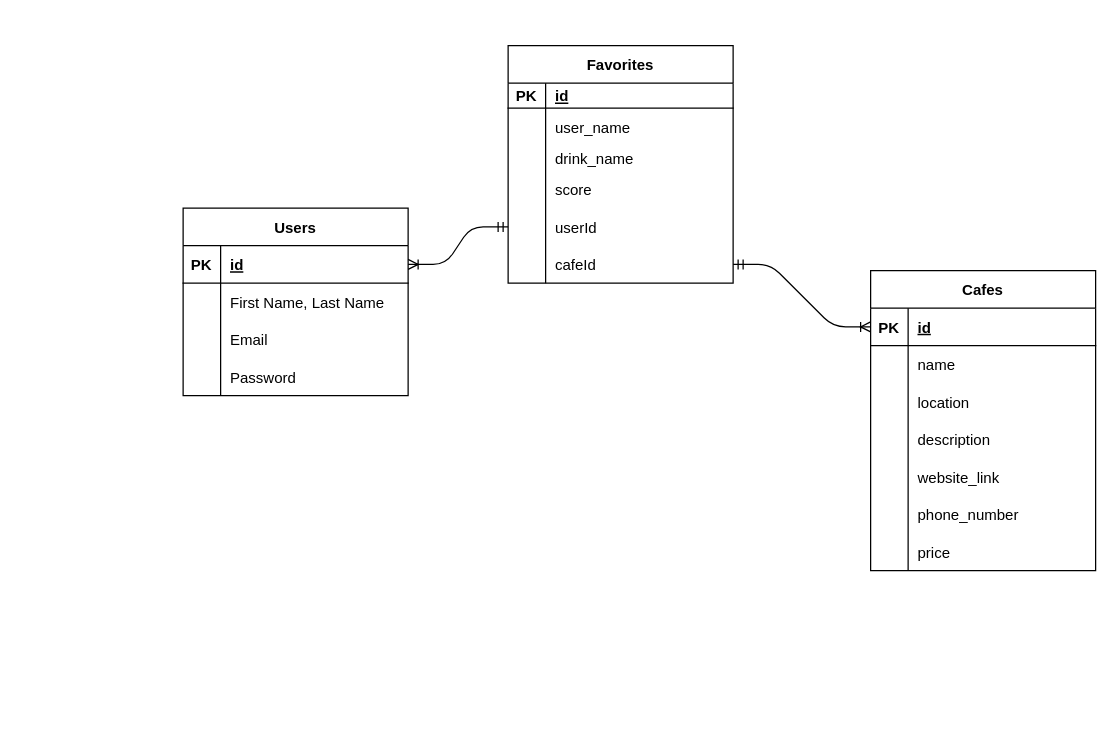
Earlier version of the draw.io diagram ERD.drawio (yasahaverland/cafe-finder). Source tidied: cells renumbered, new cells numbered last; positions are measured from the earlier drawing's top-left corner, leaving out a move shared by most shapes. Both pictures are drawn from the tidied source at 125%, with x=0, y=0 at pixel (182, 45).
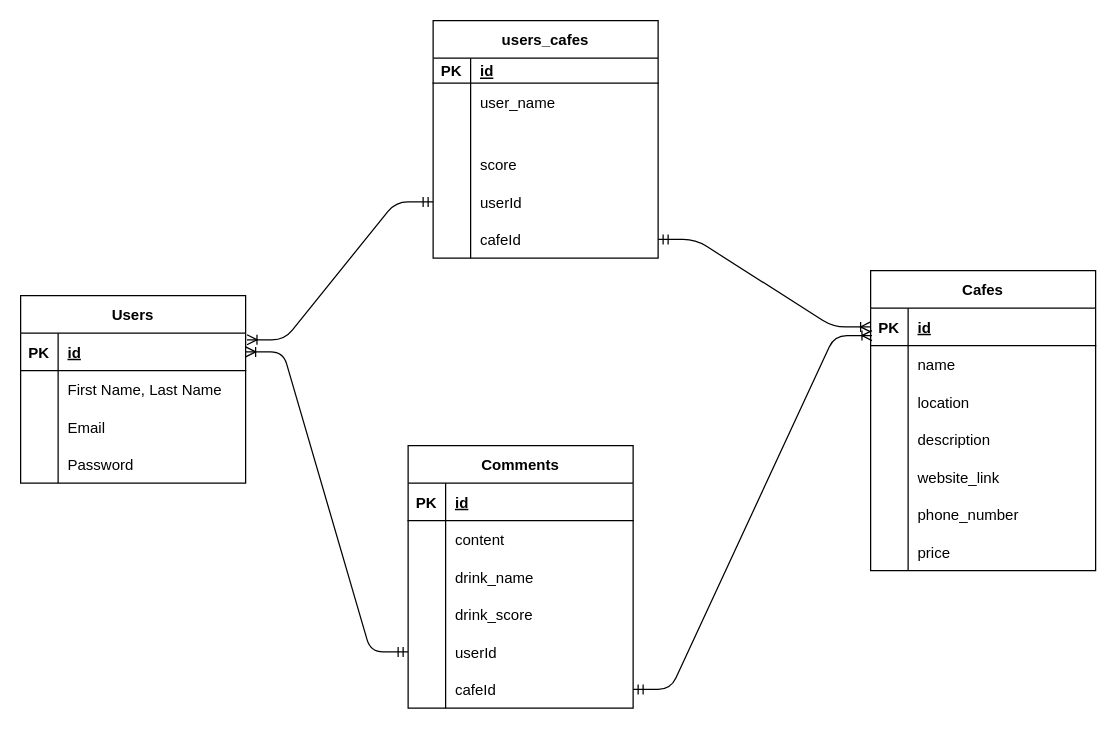
The same diagram, later.

Commit message:
makes some changes to ERD

Unchanged cells that the change refers to:
```xml
<mxCell id="3" style="shape=partialRectangle;fillColor=none;top=0;left=0;bottom=1;right=0;points=[[0,0.5],[1,0.5]];portConstraint=eastwest;" parent="2" vertex="1">
  <mxGeometry y="30" width="180" height="30" as="geometry" />
</mxCell>
<mxCell id="22" style="shape=partialRectangle;fillColor=none;top=0;left=0;bottom=0;right=0;" parent="15" vertex="1">
  <mxGeometry y="80" width="180" height="20" as="geometry" />
</mxCell>
<mxCell id="28" style="shape=partialRectangle;fillColor=none;top=0;left=0;bottom=0;right=0;points=[[0,0.5],[1,0.5]];portConstraint=eastwest;" parent="15" vertex="1">
  <mxGeometry y="130" width="180" height="30" as="geometry" />
</mxCell>
<mxCell id="35" style="shape=partialRectangle;fillColor=none;top=0;left=0;bottom=1;right=0;points=[[0,0.5],[1,0.5]];portConstraint=eastwest;" parent="34" vertex="1">
  <mxGeometry y="30" width="180" height="30" as="geometry" />
</mxCell>
```

What changed in the source:
```diff
@@
     <mxCell id="2" value="Users" style="shape=table;startSize=30;childLayout=tableLayout;rowLines=0;fontStyle=1;align=center;" parent="1" vertex="1">
-      <mxGeometry y="130" width="180" height="150" as="geometry" />
+      <mxGeometry x="-130" y="200" width="180" height="150" as="geometry" />
     </mxCell>
@@
-    <mxCell id="15" value="Favorites" style="shape=table;startSize=30;childLayout=tableLayout;rowLines=0;fontStyle=1;align=center;" parent="1" vertex="1">
-      <mxGeometry x="260" width="180" height="190" as="geometry" />
+    <mxCell id="15" value="users_cafes" style="shape=table;startSize=30;childLayout=tableLayout;rowLines=0;fontStyle=1;align=center;" parent="1" vertex="1">
+      <mxGeometry x="200" y="-20" width="180" height="190" as="geometry" />
     </mxCell>
@@
-    <mxCell id="24" value="drink_name" style="shape=partialRectangle;fillColor=none;top=0;left=0;bottom=0;right=0;align=left;spacingLeft=6;overflow=hidden;" parent="22" vertex="1">
+    <mxCell id="24" style="shape=partialRectangle;fillColor=none;top=0;left=0;bottom=0;right=0;align=left;spacingLeft=6;overflow=hidden;" parent="22" vertex="1">
       <mxGeometry x="30" width="150" height="20" as="geometry" />
     </mxCell>
@@
-    <mxCell id="56" style="edgeStyle=entityRelationEdgeStyle;fontSize=12;html=1;endArrow=ERoneToMany;startArrow=ERmandOne;entryX=1;entryY=0.5;entryDx=0;entryDy=0;exitX=0;exitY=0.5;exitDx=0;exitDy=0;" parent="1" edge="1" source="28" target="3">
+    <mxCell id="56" style="edgeStyle=entityRelationEdgeStyle;fontSize=12;html=1;endArrow=ERoneToMany;startArrow=ERmandOne;entryX=1.006;entryY=0.178;entryDx=0;entryDy=0;exitX=0;exitY=0.5;exitDx=0;exitDy=0;entryPerimeter=0;" parent="1" edge="1" source="28" target="3">
       <mxGeometry relative="1" as="geometry" />
     </mxCell>
-    <mxCell id="57" style="edgeStyle=none;html=1;exitX=1;exitY=0.5;exitDx=0;exitDy=0;" parent="1" edge="1" source="3">
-      <mxGeometry relative="1" as="geometry">
-        <mxPoint x="180" y="175" as="targetPoint" />
-      </mxGeometry>
-    </mxCell>
-    <mxCell id="58" style="edgeStyle=none;html=1;exitX=0;exitY=0.5;exitDx=0;exitDy=0;" parent="1" edge="1" source="28">
-      <mxGeometry relative="1" as="geometry">
-        <mxPoint x="260" y="145" as="targetPoint" />
-      </mxGeometry>
-    </mxCell>
@@
+    <mxCell id="60" value="Comments" style="shape=table;startSize=30;childLayout=tableLayout;rowLines=0;fontStyle=1;align=center;" parent="1" vertex="1">
+      <mxGeometry x="180" y="320" width="180" height="210" as="geometry" />
+    </mxCell>
+    <mxCell id="61" style="shape=partialRectangle;fillColor=none;top=0;left=0;bottom=1;right=0;" parent="60" vertex="1">
+      <mxGeometry y="30" width="180" height="30" as="geometry" />
+    </mxCell>
+    <mxCell id="62" value="PK" style="shape=partialRectangle;fillColor=none;top=0;left=0;bottom=0;right=0;fontStyle=1;overflow=hidden;" parent="61" vertex="1">
+      <mxGeometry width="30" height="30" as="geometry" />
+    </mxCell>
+    <mxCell id="63" value="id" style="shape=partialRectangle;fillColor=none;top=0;left=0;bottom=0;right=0;align=left;spacingLeft=6;fontStyle=5;overflow=hidden;" parent="61" vertex="1">
+      <mxGeometry x="30" width="150" height="30" as="geometry" />
+    </mxCell>
+    <mxCell id="64" style="shape=partialRectangle;fillColor=none;top=0;left=0;bottom=0;right=0;" parent="60" vertex="1">
+      <mxGeometry y="60" width="180" height="30" as="geometry" />
+    </mxCell>
+    <mxCell id="65" style="shape=partialRectangle;fillColor=none;top=0;left=0;bottom=0;right=0;overflow=hidden;" parent="64" vertex="1">
+      <mxGeometry width="30" height="30" as="geometry" />
+    </mxCell>
+    <mxCell id="66" value="content" style="shape=partialRectangle;fillColor=none;top=0;left=0;bottom=0;right=0;align=left;spacingLeft=6;overflow=hidden;" parent="64" vertex="1">
+      <mxGeometry x="30" width="150" height="30" as="geometry" />
+    </mxCell>
+    <mxCell id="67" style="shape=partialRectangle;fillColor=none;top=0;left=0;bottom=0;right=0;" parent="60" vertex="1">
+      <mxGeometry y="90" width="180" height="30" as="geometry" />
+    </mxCell>
+    <mxCell id="68" style="shape=partialRectangle;fillColor=none;top=0;left=0;bottom=0;right=0;overflow=hidden;" parent="67" vertex="1">
+      <mxGeometry width="30" height="30" as="geometry" />
+    </mxCell>
+    <mxCell id="69" value="drink_name" style="shape=partialRectangle;fillColor=none;top=0;left=0;bottom=0;right=0;align=left;spacingLeft=6;overflow=hidden;" parent="67" vertex="1">
+      <mxGeometry x="30" width="150" height="30" as="geometry" />
+    </mxCell>
+    <mxCell id="70" style="shape=partialRectangle;fillColor=none;top=0;left=0;bottom=0;right=0;" parent="60" vertex="1">
+      <mxGeometry y="120" width="180" height="30" as="geometry" />
+    </mxCell>
+    <mxCell id="71" style="shape=partialRectangle;fillColor=none;top=0;left=0;bottom=0;right=0;overflow=hidden;" parent="70" vertex="1">
+      <mxGeometry width="30" height="30" as="geometry" />
+    </mxCell>
+    <mxCell id="72" value="drink_score" style="shape=partialRectangle;fillColor=none;top=0;left=0;bottom=0;right=0;align=left;spacingLeft=6;overflow=hidden;" parent="70" vertex="1">
+      <mxGeometry x="30" width="150" height="30" as="geometry" />
+    </mxCell>
+    <mxCell id="73" style="shape=partialRectangle;fillColor=none;top=0;left=0;bottom=0;right=0;points=[[0,0.5],[1,0.5]];portConstraint=eastwest;" parent="60" vertex="1">
+      <mxGeometry y="150" width="180" height="30" as="geometry" />
+    </mxCell>
+    <mxCell id="74" style="shape=partialRectangle;fillColor=none;top=0;left=0;bottom=0;right=0;overflow=hidden;" parent="73" vertex="1">
+      <mxGeometry width="30" height="30" as="geometry" />
+    </mxCell>
+    <mxCell id="75" value="userId" style="shape=partialRectangle;fillColor=none;top=0;left=0;bottom=0;right=0;align=left;spacingLeft=6;overflow=hidden;" parent="73" vertex="1">
+      <mxGeometry x="30" width="150" height="30" as="geometry" />
+    </mxCell>
+    <mxCell id="76" style="shape=partialRectangle;fillColor=none;top=0;left=0;bottom=0;right=0;points=[[0,0.5],[1,0.5]];portConstraint=eastwest;" parent="60" vertex="1">
+      <mxGeometry y="180" width="180" height="30" as="geometry" />
+    </mxCell>
+    <mxCell id="77" style="shape=partialRectangle;fillColor=none;top=0;left=0;bottom=0;right=0;overflow=hidden;" parent="76" vertex="1">
+      <mxGeometry width="30" height="30" as="geometry" />
+    </mxCell>
+    <mxCell id="78" value="cafeId" style="shape=partialRectangle;fillColor=none;top=0;left=0;bottom=0;right=0;align=left;spacingLeft=6;overflow=hidden;" parent="76" vertex="1">
+      <mxGeometry x="30" width="150" height="30" as="geometry" />
+    </mxCell>
+    <mxCell id="79" style="edgeStyle=entityRelationEdgeStyle;fontSize=12;html=1;endArrow=ERoneToMany;startArrow=ERmandOne;exitX=0;exitY=0.5;exitDx=0;exitDy=0;entryX=1;entryY=0.5;entryDx=0;entryDy=0;" parent="1" edge="1" source="73" target="3">
+      <mxGeometry relative="1" as="geometry" />
+    </mxCell>
+    <mxCell id="80" style="edgeStyle=entityRelationEdgeStyle;fontSize=12;html=1;endArrow=ERoneToMany;startArrow=ERmandOne;exitX=1;exitY=0.5;exitDx=0;exitDy=0;entryX=0.006;entryY=0.733;entryDx=0;entryDy=0;entryPerimeter=0;" parent="1" edge="1" source="76" target="35">
+      <mxGeometry relative="1" as="geometry" />
+    </mxCell>
```
